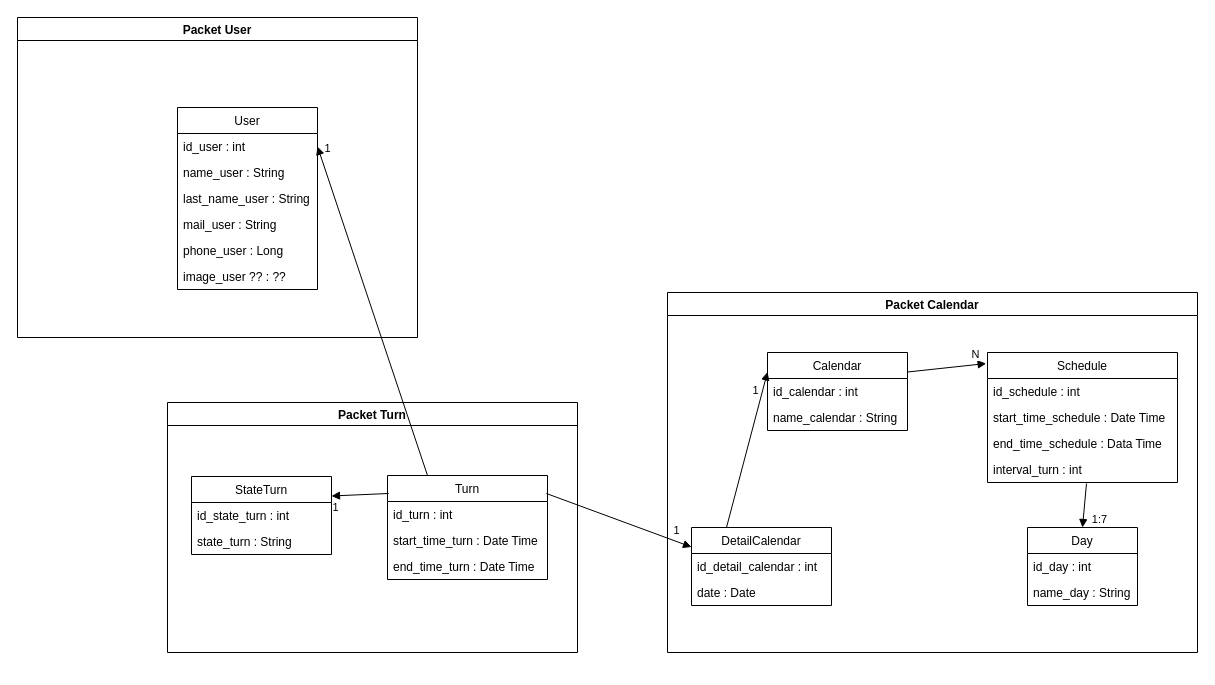
The draw.io diagram Diagramas/Clases.drawio in Martin-Ruggeri/Peluqueria, before the edit. Source tidied: cells renumbered, new cells numbered last; positions are measured from the earlier drawing's top-left corner, leaving out a move shared by most shapes. Both pictures are drawn from the tidied source at 100%, with x=0, y=0 at pixel (17, 17).
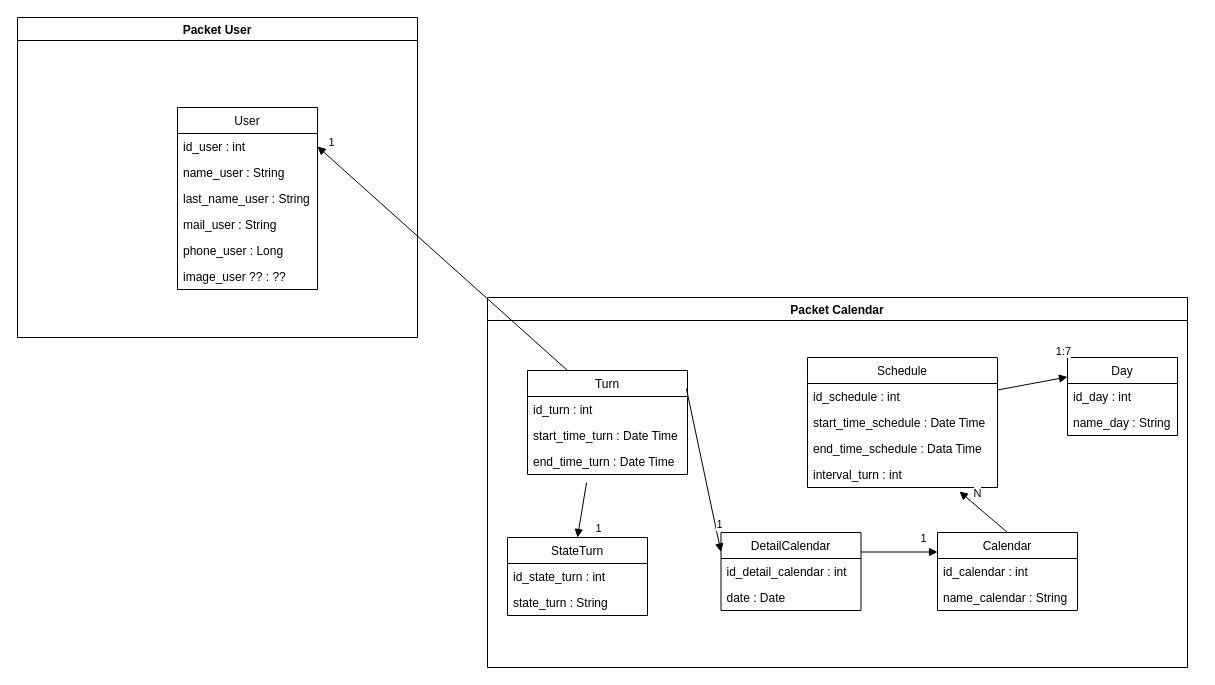
The same diagram, later.

The change refers to these unchanged cells:
```xml
<mxCell id="10" value="Schedule" style="swimlane;fontStyle=0;horizontal=1;startSize=26;fillColor=none;" parent="2" vertex="1">
  <mxGeometry x="320" y="60" width="190" height="130" as="geometry" />
</mxCell>
<mxCell id="14" value="interval_turn : int" style="text;strokeColor=none;fillColor=none;align=left;verticalAlign=top;spacingLeft=4;spacingRight=4;overflow=hidden;points=[[0,0.5],[1,0.5]];portConstraint=eastwest;" parent="10" vertex="1">
  <mxGeometry y="104" width="190" height="26" as="geometry" />
</mxCell>
<mxCell id="24" value="end_time_turn : Date Time" style="text;strokeColor=none;fillColor=none;align=left;verticalAlign=top;spacingLeft=4;spacingRight=4;overflow=hidden;points=[[0,0.5],[1,0.5]];portConstraint=eastwest;" parent="21" vertex="1">
  <mxGeometry y="78" width="160" height="26" as="geometry" />
</mxCell>
```

What changed in the source:
```diff
@@
     <mxCell id="2" value="Packet Calendar" style="swimlane;" parent="1" vertex="1">
-      <mxGeometry x="650" y="275" width="530" height="360" as="geometry" />
+      <mxGeometry x="470" y="280" width="700" height="370" as="geometry" />
     </mxCell>
     <mxCell id="3" value="DetailCalendar" style="swimlane;fontStyle=0;horizontal=1;startSize=26;fillColor=none;" parent="2" vertex="1">
-      <mxGeometry x="24" y="235" width="140" height="78" as="geometry" />
+      <mxGeometry x="233.5" y="235" width="140" height="78" as="geometry" />
     </mxCell>
@@
     <mxCell id="6" value="Calendar" style="swimlane;fontStyle=0;horizontal=1;startSize=26;fillColor=none;" parent="2" vertex="1">
-      <mxGeometry x="100" y="60" width="140" height="78" as="geometry" />
+      <mxGeometry x="450" y="235" width="140" height="78" as="geometry" />
     </mxCell>
@@
-    <mxCell id="9" value="1" style="html=1;verticalAlign=bottom;endArrow=block;entryX=0;entryY=0.25;entryDx=0;entryDy=0;exitX=0.25;exitY=0;exitDx=0;exitDy=0;" parent="2" edge="1" source="3" target="6">
+    <mxCell id="9" value="1" style="html=1;verticalAlign=bottom;endArrow=block;entryX=0;entryY=0.25;entryDx=0;entryDy=0;exitX=1;exitY=0.25;exitDx=0;exitDy=0;" parent="2" edge="1" source="3" target="6">
       <mxGeometry x="0.63" y="5" relative="1" as="geometry" />
     </mxCell>
@@
-    <mxCell id="15" value="N" style="html=1;verticalAlign=bottom;endArrow=block;entryX=-0.007;entryY=0.085;entryDx=0;entryDy=0;entryPerimeter=0;exitX=1;exitY=0.25;exitDx=0;exitDy=0;" parent="2" edge="1" source="6" target="10">
-      <mxGeometry x="0.74" y="1" relative="1" as="geometry" />
+    <mxCell id="15" value="N" style="html=1;verticalAlign=bottom;endArrow=block;entryX=0.8;entryY=1.154;entryDx=0;entryDy=0;exitX=0.5;exitY=0;exitDx=0;exitDy=0;entryPerimeter=0;" parent="2" edge="1" source="6" target="14">
+      <mxGeometry x="0.34" y="-3" relative="1" as="geometry" />
     </mxCell>
     <mxCell id="16" value="Day" style="swimlane;fontStyle=0;horizontal=1;startSize=26;fillColor=none;" parent="2" vertex="1">
-      <mxGeometry x="360" y="235" width="110" height="78" as="geometry" />
+      <mxGeometry x="580" y="60" width="110" height="78" as="geometry" />
     </mxCell>
@@
-    <mxCell id="19" value="1:7" style="html=1;verticalAlign=bottom;endArrow=block;entryX=0.5;entryY=0;entryDx=0;entryDy=0;exitX=0.521;exitY=1.038;exitDx=0;exitDy=0;exitPerimeter=0;" parent="2" edge="1" source="14" target="16">
+    <mxCell id="19" value="1:7" style="html=1;verticalAlign=bottom;endArrow=block;entryX=0;entryY=0.25;entryDx=0;entryDy=0;exitX=1;exitY=0.25;exitDx=0;exitDy=0;" parent="2" edge="1" source="10" target="16">
       <mxGeometry x="0.97" y="17" relative="1" as="geometry" />
     </mxCell>
-    <mxCell id="20" value="Packet Turn" style="swimlane;" parent="1" vertex="1">
-      <mxGeometry x="150" y="385" width="410" height="250" as="geometry" />
-    </mxCell>
-    <mxCell id="21" value="Turn" style="swimlane;fontStyle=0;horizontal=1;startSize=26;fillColor=none;" parent="20" vertex="1">
-      <mxGeometry x="220" y="73" width="160" height="104" as="geometry" />
+    <mxCell id="21" value="Turn" style="swimlane;fontStyle=0;horizontal=1;startSize=26;fillColor=none;" parent="2" vertex="1">
+      <mxGeometry x="40" y="73" width="160" height="104" as="geometry" />
     </mxCell>
@@
+    <mxCell id="29" value="1" style="html=1;verticalAlign=bottom;endArrow=block;entryX=0;entryY=0.25;entryDx=0;entryDy=0;exitX=0.993;exitY=0.173;exitDx=0;exitDy=0;exitPerimeter=0;" parent="2" edge="1" source="21" target="3">
+      <mxGeometry x="0.78" y="2" relative="1" as="geometry" />
+    </mxCell>
-    <mxCell id="25" value="StateTurn" style="swimlane;fontStyle=0;horizontal=1;startSize=26;fillColor=none;" parent="20" vertex="1">
-      <mxGeometry x="24" y="74" width="140" height="78" as="geometry" />
+    <mxCell id="25" value="StateTurn" style="swimlane;fontStyle=0;horizontal=1;startSize=26;fillColor=none;" parent="2" vertex="1">
+      <mxGeometry x="20" y="240" width="140" height="78" as="geometry" />
     </mxCell>
@@
-    <mxCell id="28" value="1" style="html=1;verticalAlign=bottom;endArrow=block;entryX=1;entryY=0.25;entryDx=0;entryDy=0;exitX=0.007;exitY=0.173;exitDx=0;exitDy=0;exitPerimeter=0;" parent="20" edge="1" source="21" target="25">
+    <mxCell id="28" value="1" style="html=1;verticalAlign=bottom;endArrow=block;entryX=0.5;entryY=0;entryDx=0;entryDy=0;exitX=0.369;exitY=1.308;exitDx=0;exitDy=0;exitPerimeter=0;" parent="2" edge="1" source="24" target="25">
       <mxGeometry x="0.88" y="21" relative="1" as="geometry" />
     </mxCell>
-    <mxCell id="29" value="1" style="html=1;verticalAlign=bottom;endArrow=block;entryX=0;entryY=0.25;entryDx=0;entryDy=0;exitX=0.993;exitY=0.173;exitDx=0;exitDy=0;exitPerimeter=0;" parent="1" edge="1" source="21" target="3">
-      <mxGeometry x="0.78" y="2" relative="1" as="geometry" />
-    </mxCell>
```
